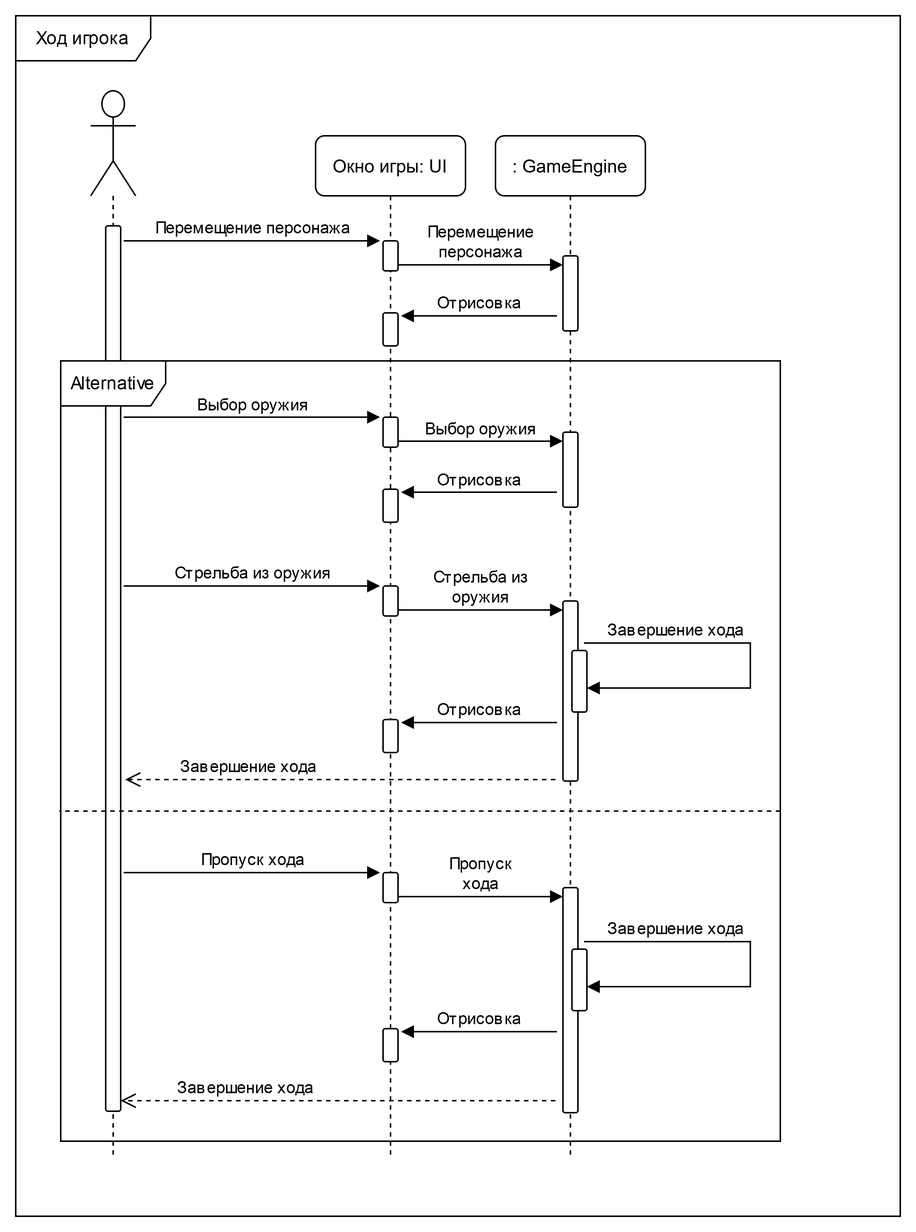
Before: documentation/UML/SequenceDiagrams/2.png, a diagram exported from draw.io (TodorGrin/Moles). Source tidied: cells renumbered, new cells last; positions are measured from the earlier drawing's top-left corner, leaving out a move shared by most shapes. Its diagram source:
```xml
<mxGraphModel>
  <root>
    <mxCell id="0" />
    <mxCell id="1" parent="0" />
    <mxCell id="2" value="Окно игры: UI" style="shape=umlLifeline;perimeter=lifelinePerimeter;rounded=1;shadow=0;strokeWidth=1;" parent="1" vertex="1">
      <mxGeometry x="200" y="80" width="100" height="680" as="geometry" />
    </mxCell>
    <mxCell id="3" style="html=1;perimeter=orthogonalPerimeter;rounded=1;" parent="2" vertex="1">
      <mxGeometry x="45" y="70" width="10" height="20" as="geometry" />
    </mxCell>
    <mxCell id="4" value="&lt;div&gt;Перемещение&lt;/div&gt;&lt;div&gt;персонажа&lt;br&gt;&lt;/div&gt;" style="html=1;verticalAlign=bottom;endArrow=block;" parent="2" edge="1">
      <mxGeometry relative="1" as="geometry">
        <mxPoint x="55" y="86" as="sourcePoint" />
        <mxPoint x="165" y="86" as="targetPoint" />
      </mxGeometry>
    </mxCell>
    <mxCell id="5" style="html=1;perimeter=orthogonalPerimeter;rounded=1;" parent="2" vertex="1">
      <mxGeometry x="45" y="118" width="10" height="22" as="geometry" />
    </mxCell>
    <mxCell id="6" value=": GameEngine" style="shape=umlLifeline;perimeter=lifelinePerimeter;rounded=1;shadow=0;strokeWidth=1;" parent="1" vertex="1">
      <mxGeometry x="320" y="80" width="100" height="680" as="geometry" />
    </mxCell>
    <mxCell id="7" style="html=1;perimeter=orthogonalPerimeter;rounded=1;" parent="6" vertex="1">
      <mxGeometry x="45" y="80" width="10" height="50" as="geometry" />
    </mxCell>
    <mxCell id="8" style="html=1;perimeter=orthogonalPerimeter;rounded=1;" parent="6" vertex="1">
      <mxGeometry x="45" y="310" width="10" height="120" as="geometry" />
    </mxCell>
    <mxCell id="9" value="Стрельба из оружия" style="html=1;verticalAlign=bottom;endArrow=block;" parent="6" edge="1">
      <mxGeometry relative="1" as="geometry">
        <mxPoint x="-248" y="300" as="sourcePoint" />
        <mxPoint x="-77" y="300" as="targetPoint" />
      </mxGeometry>
    </mxCell>
    <mxCell id="10" style="html=1;perimeter=orthogonalPerimeter;rounded=1;" parent="6" vertex="1">
      <mxGeometry x="-75" y="300" width="10" height="20" as="geometry" />
    </mxCell>
    <mxCell id="11" value="&lt;div&gt;Стрельба из&lt;/div&gt;&lt;div&gt;оружия&lt;/div&gt;" style="html=1;verticalAlign=bottom;endArrow=block;" parent="6" edge="1">
      <mxGeometry relative="1" as="geometry">
        <mxPoint x="-65" y="316" as="sourcePoint" />
        <mxPoint x="45" y="316" as="targetPoint" />
      </mxGeometry>
    </mxCell>
    <mxCell id="12" style="html=1;points=[];perimeter=orthogonalPerimeter;rounded=1;" parent="6" vertex="1">
      <mxGeometry x="51" y="343" width="10" height="41" as="geometry" />
    </mxCell>
    <mxCell id="13" value="Завершение хода" style="html=1;verticalAlign=bottom;endArrow=block;edgeStyle=orthogonalEdgeStyle;rounded=0;entryX=1;entryY=0.61;entryDx=0;entryDy=0;entryPerimeter=0;" parent="6" edge="1" target="12">
      <mxGeometry x="-0.51" relative="1" as="geometry">
        <mxPoint x="59" y="338" as="sourcePoint" />
        <Array as="points">
          <mxPoint x="170" y="338" />
          <mxPoint x="170" y="368" />
        </Array>
      </mxGeometry>
    </mxCell>
    <mxCell id="14" style="shape=umlLifeline;participant=umlActor;perimeter=lifelinePerimeter;whiteSpace=wrap;html=1;verticalAlign=top;spacingTop=36;rounded=1;size=70;" parent="1" vertex="1">
      <mxGeometry x="50" y="50" width="30" height="710" as="geometry" />
    </mxCell>
    <mxCell id="15" style="html=1;perimeter=orthogonalPerimeter;rounded=1;" parent="14" vertex="1">
      <mxGeometry x="10" y="90" width="10" height="590" as="geometry" />
    </mxCell>
    <mxCell id="16" value="Ход игрока" style="shape=umlFrame;whiteSpace=wrap;html=1;rounded=1;width=90;height=30;" parent="1" vertex="1">
      <mxGeometry width="590" height="800" as="geometry" />
    </mxCell>
    <mxCell id="17" value="&lt;div&gt;Перемещение персонажа&lt;/div&gt;" style="html=1;verticalAlign=bottom;endArrow=block;" parent="1" edge="1">
      <mxGeometry relative="1" as="geometry">
        <mxPoint x="72" y="150" as="sourcePoint" />
        <mxPoint x="243" y="150" as="targetPoint" />
      </mxGeometry>
    </mxCell>
    <mxCell id="18" value="Отрисовка" style="html=1;verticalAlign=bottom;endArrow=block;" parent="1" edge="1">
      <mxGeometry relative="1" as="geometry">
        <mxPoint x="361" y="200" as="sourcePoint" />
        <mxPoint x="257" y="200" as="targetPoint" />
      </mxGeometry>
    </mxCell>
    <mxCell id="19" style="html=1;perimeter=orthogonalPerimeter;rounded=1;" parent="1" vertex="1">
      <mxGeometry x="365" y="277.5" width="10" height="50" as="geometry" />
    </mxCell>
    <mxCell id="20" value="Выбор оружия" style="html=1;verticalAlign=bottom;endArrow=block;" parent="1" edge="1">
      <mxGeometry relative="1" as="geometry">
        <mxPoint x="72" y="267.5" as="sourcePoint" />
        <mxPoint x="243" y="267.5" as="targetPoint" />
      </mxGeometry>
    </mxCell>
    <mxCell id="21" style="html=1;perimeter=orthogonalPerimeter;rounded=1;" parent="1" vertex="1">
      <mxGeometry x="245" y="267.5" width="10" height="20" as="geometry" />
    </mxCell>
    <mxCell id="22" value="Выбор оружия" style="html=1;verticalAlign=bottom;endArrow=block;" parent="1" edge="1">
      <mxGeometry relative="1" as="geometry">
        <mxPoint x="255" y="283.5" as="sourcePoint" />
        <mxPoint x="365" y="283.5" as="targetPoint" />
      </mxGeometry>
    </mxCell>
    <mxCell id="23" style="html=1;perimeter=orthogonalPerimeter;rounded=1;" parent="1" vertex="1">
      <mxGeometry x="245" y="315.5" width="10" height="22" as="geometry" />
    </mxCell>
    <mxCell id="24" value="Отрисовка" style="html=1;verticalAlign=bottom;endArrow=block;" parent="1" edge="1">
      <mxGeometry relative="1" as="geometry">
        <mxPoint x="361" y="317.5" as="sourcePoint" />
        <mxPoint x="257" y="317.5" as="targetPoint" />
      </mxGeometry>
    </mxCell>
    <mxCell id="25" style="html=1;perimeter=orthogonalPerimeter;rounded=1;" parent="1" vertex="1">
      <mxGeometry x="245" y="469" width="10" height="22" as="geometry" />
    </mxCell>
    <mxCell id="26" value="Отрисовка" style="html=1;verticalAlign=bottom;endArrow=block;" parent="1" edge="1">
      <mxGeometry relative="1" as="geometry">
        <mxPoint x="361" y="471" as="sourcePoint" />
        <mxPoint x="257" y="471" as="targetPoint" />
      </mxGeometry>
    </mxCell>
    <mxCell id="27" value="Завершение хода" style="html=1;verticalAlign=bottom;endArrow=open;dashed=1;endSize=8;" parent="1" edge="1">
      <mxGeometry x="0.43" relative="1" as="geometry">
        <mxPoint x="360" y="509" as="sourcePoint" />
        <mxPoint x="73" y="509" as="targetPoint" />
      </mxGeometry>
    </mxCell>
    <mxCell id="28" style="html=1;perimeter=orthogonalPerimeter;rounded=1;" parent="1" vertex="1">
      <mxGeometry x="365" y="581" width="10" height="150" as="geometry" />
    </mxCell>
    <mxCell id="29" value="Пропуск хода" style="html=1;verticalAlign=bottom;endArrow=block;" parent="1" edge="1">
      <mxGeometry relative="1" as="geometry">
        <mxPoint x="72" y="571" as="sourcePoint" />
        <mxPoint x="243" y="571" as="targetPoint" />
      </mxGeometry>
    </mxCell>
    <mxCell id="30" style="html=1;perimeter=orthogonalPerimeter;rounded=1;" parent="1" vertex="1">
      <mxGeometry x="245" y="571" width="10" height="20" as="geometry" />
    </mxCell>
    <mxCell id="31" value="&lt;div&gt;Пропуск&lt;/div&gt;&lt;div&gt;хода&lt;br&gt;&lt;/div&gt;" style="html=1;verticalAlign=bottom;endArrow=block;" parent="1" edge="1">
      <mxGeometry relative="1" as="geometry">
        <mxPoint x="255" y="587" as="sourcePoint" />
        <mxPoint x="365" y="587" as="targetPoint" />
      </mxGeometry>
    </mxCell>
    <mxCell id="32" style="html=1;points=[];perimeter=orthogonalPerimeter;rounded=1;" parent="1" vertex="1">
      <mxGeometry x="371" y="622" width="10" height="41" as="geometry" />
    </mxCell>
    <mxCell id="33" value="Завершение хода" style="html=1;verticalAlign=bottom;endArrow=block;edgeStyle=orthogonalEdgeStyle;rounded=0;entryX=1;entryY=0.61;entryDx=0;entryDy=0;entryPerimeter=0;" parent="1" edge="1" target="32">
      <mxGeometry x="-0.51" relative="1" as="geometry">
        <mxPoint x="379" y="617" as="sourcePoint" />
        <Array as="points">
          <mxPoint x="490" y="617" />
          <mxPoint x="490" y="647" />
        </Array>
      </mxGeometry>
    </mxCell>
    <mxCell id="34" style="html=1;perimeter=orthogonalPerimeter;rounded=1;" parent="1" vertex="1">
      <mxGeometry x="245" y="675" width="10" height="22" as="geometry" />
    </mxCell>
    <mxCell id="35" value="Отрисовка" style="html=1;verticalAlign=bottom;endArrow=block;" parent="1" edge="1">
      <mxGeometry relative="1" as="geometry">
        <mxPoint x="361" y="677" as="sourcePoint" />
        <mxPoint x="257" y="677" as="targetPoint" />
      </mxGeometry>
    </mxCell>
    <mxCell id="36" value="Завершение хода" style="html=1;verticalAlign=bottom;endArrow=open;dashed=1;endSize=8;" parent="1" edge="1">
      <mxGeometry x="0.43" relative="1" as="geometry">
        <mxPoint x="360" y="723" as="sourcePoint" />
        <mxPoint x="70" y="723" as="targetPoint" />
      </mxGeometry>
    </mxCell>
    <mxCell id="37" value="Alternative" style="shape=umlFrame;whiteSpace=wrap;html=1;rounded=1;width=70;height=30;" parent="1" vertex="1">
      <mxGeometry x="30" y="230" width="480" height="520" as="geometry" />
    </mxCell>
    <mxCell id="38" style="html=1;verticalAlign=bottom;endArrow=none;dashed=1;endSize=8;endFill=0;" parent="1" edge="1">
      <mxGeometry relative="1" as="geometry">
        <mxPoint x="510" y="530" as="sourcePoint" />
        <mxPoint x="29" y="530" as="targetPoint" />
      </mxGeometry>
    </mxCell>
  </root>
</mxGraphModel>
```
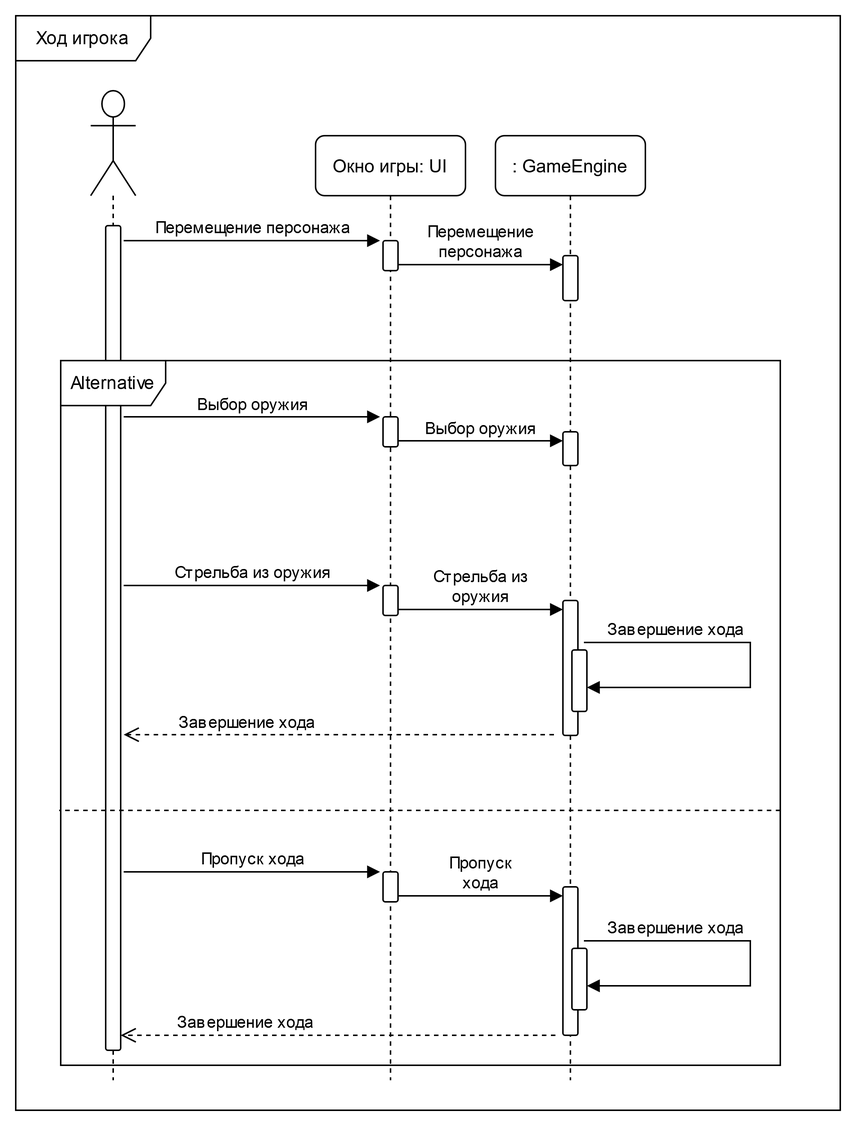
After the commit.

The edit, as a diff of the source:
```diff
@@ -3,7 +3,7 @@
     <mxCell id="0" />
     <mxCell id="1" parent="0" />
     <mxCell id="2" value="Окно игры: UI" style="shape=umlLifeline;perimeter=lifelinePerimeter;rounded=1;shadow=0;strokeWidth=1;" parent="1" vertex="1">
-      <mxGeometry x="200" y="80" width="100" height="680" as="geometry" />
+      <mxGeometry x="200" y="80" width="100" height="630" as="geometry" />
     </mxCell>
     <mxCell id="3" style="html=1;perimeter=orthogonalPerimeter;rounded=1;" parent="2" vertex="1">
       <mxGeometry x="45" y="70" width="10" height="20" as="geometry" />
@@ -14,17 +14,14 @@
         <mxPoint x="165" y="86" as="targetPoint" />
       </mxGeometry>
     </mxCell>
-    <mxCell id="5" style="html=1;perimeter=orthogonalPerimeter;rounded=1;" parent="2" vertex="1">
-      <mxGeometry x="45" y="118" width="10" height="22" as="geometry" />
-    </mxCell>
     <mxCell id="6" value=": GameEngine" style="shape=umlLifeline;perimeter=lifelinePerimeter;rounded=1;shadow=0;strokeWidth=1;" parent="1" vertex="1">
-      <mxGeometry x="320" y="80" width="100" height="680" as="geometry" />
+      <mxGeometry x="320" y="80" width="100" height="630" as="geometry" />
     </mxCell>
     <mxCell id="7" style="html=1;perimeter=orthogonalPerimeter;rounded=1;" parent="6" vertex="1">
-      <mxGeometry x="45" y="80" width="10" height="50" as="geometry" />
+      <mxGeometry x="45" y="80" width="10" height="30" as="geometry" />
     </mxCell>
     <mxCell id="8" style="html=1;perimeter=orthogonalPerimeter;rounded=1;" parent="6" vertex="1">
-      <mxGeometry x="45" y="310" width="10" height="120" as="geometry" />
+      <mxGeometry x="45" y="310" width="10" height="90" as="geometry" />
     </mxCell>
     <mxCell id="9" value="Стрельба из оружия" style="html=1;verticalAlign=bottom;endArrow=block;" parent="6" edge="1">
       <mxGeometry relative="1" as="geometry">
@@ -54,13 +51,13 @@
       </mxGeometry>
     </mxCell>
     <mxCell id="14" style="shape=umlLifeline;participant=umlActor;perimeter=lifelinePerimeter;whiteSpace=wrap;html=1;verticalAlign=top;spacingTop=36;rounded=1;size=70;" parent="1" vertex="1">
-      <mxGeometry x="50" y="50" width="30" height="710" as="geometry" />
+      <mxGeometry x="50" y="50" width="30" height="660" as="geometry" />
     </mxCell>
     <mxCell id="15" style="html=1;perimeter=orthogonalPerimeter;rounded=1;" parent="14" vertex="1">
-      <mxGeometry x="10" y="90" width="10" height="590" as="geometry" />
+      <mxGeometry x="10" y="90" width="10" height="550" as="geometry" />
     </mxCell>
     <mxCell id="16" value="Ход игрока" style="shape=umlFrame;whiteSpace=wrap;html=1;rounded=1;width=90;height=30;" parent="1" vertex="1">
-      <mxGeometry width="590" height="800" as="geometry" />
+      <mxGeometry width="550" height="730" as="geometry" />
     </mxCell>
     <mxCell id="17" value="&lt;div&gt;Перемещение персонажа&lt;/div&gt;" style="html=1;verticalAlign=bottom;endArrow=block;" parent="1" edge="1">
       <mxGeometry relative="1" as="geometry">
@@ -68,14 +65,8 @@
         <mxPoint x="243" y="150" as="targetPoint" />
       </mxGeometry>
     </mxCell>
-    <mxCell id="18" value="Отрисовка" style="html=1;verticalAlign=bottom;endArrow=block;" parent="1" edge="1">
-      <mxGeometry relative="1" as="geometry">
-        <mxPoint x="361" y="200" as="sourcePoint" />
-        <mxPoint x="257" y="200" as="targetPoint" />
-      </mxGeometry>
-    </mxCell>
     <mxCell id="19" style="html=1;perimeter=orthogonalPerimeter;rounded=1;" parent="1" vertex="1">
-      <mxGeometry x="365" y="277.5" width="10" height="50" as="geometry" />
+      <mxGeometry x="365" y="277.5" width="10" height="22.5" as="geometry" />
     </mxCell>
     <mxCell id="20" value="Выбор оружия" style="html=1;verticalAlign=bottom;endArrow=block;" parent="1" edge="1">
       <mxGeometry relative="1" as="geometry">
@@ -92,32 +83,14 @@
         <mxPoint x="365" y="283.5" as="targetPoint" />
       </mxGeometry>
     </mxCell>
-    <mxCell id="23" style="html=1;perimeter=orthogonalPerimeter;rounded=1;" parent="1" vertex="1">
-      <mxGeometry x="245" y="315.5" width="10" height="22" as="geometry" />
-    </mxCell>
-    <mxCell id="24" value="Отрисовка" style="html=1;verticalAlign=bottom;endArrow=block;" parent="1" edge="1">
-      <mxGeometry relative="1" as="geometry">
-        <mxPoint x="361" y="317.5" as="sourcePoint" />
-        <mxPoint x="257" y="317.5" as="targetPoint" />
-      </mxGeometry>
-    </mxCell>
-    <mxCell id="25" style="html=1;perimeter=orthogonalPerimeter;rounded=1;" parent="1" vertex="1">
-      <mxGeometry x="245" y="469" width="10" height="22" as="geometry" />
-    </mxCell>
-    <mxCell id="26" value="Отрисовка" style="html=1;verticalAlign=bottom;endArrow=block;" parent="1" edge="1">
-      <mxGeometry relative="1" as="geometry">
-        <mxPoint x="361" y="471" as="sourcePoint" />
-        <mxPoint x="257" y="471" as="targetPoint" />
-      </mxGeometry>
-    </mxCell>
     <mxCell id="27" value="Завершение хода" style="html=1;verticalAlign=bottom;endArrow=open;dashed=1;endSize=8;" parent="1" edge="1">
       <mxGeometry x="0.43" relative="1" as="geometry">
-        <mxPoint x="360" y="509" as="sourcePoint" />
-        <mxPoint x="73" y="509" as="targetPoint" />
+        <mxPoint x="359" y="479.5" as="sourcePoint" />
+        <mxPoint x="72" y="479.5" as="targetPoint" />
       </mxGeometry>
     </mxCell>
     <mxCell id="28" style="html=1;perimeter=orthogonalPerimeter;rounded=1;" parent="1" vertex="1">
-      <mxGeometry x="365" y="581" width="10" height="150" as="geometry" />
+      <mxGeometry x="365" y="581" width="10" height="99" as="geometry" />
     </mxCell>
     <mxCell id="29" value="Пропуск хода" style="html=1;verticalAlign=bottom;endArrow=block;" parent="1" edge="1">
       <mxGeometry relative="1" as="geometry">
@@ -146,23 +119,14 @@
         </Array>
       </mxGeometry>
     </mxCell>
-    <mxCell id="34" style="html=1;perimeter=orthogonalPerimeter;rounded=1;" parent="1" vertex="1">
-      <mxGeometry x="245" y="675" width="10" height="22" as="geometry" />
-    </mxCell>
-    <mxCell id="35" value="Отрисовка" style="html=1;verticalAlign=bottom;endArrow=block;" parent="1" edge="1">
-      <mxGeometry relative="1" as="geometry">
-        <mxPoint x="361" y="677" as="sourcePoint" />
-        <mxPoint x="257" y="677" as="targetPoint" />
-      </mxGeometry>
-    </mxCell>
     <mxCell id="36" value="Завершение хода" style="html=1;verticalAlign=bottom;endArrow=open;dashed=1;endSize=8;" parent="1" edge="1">
       <mxGeometry x="0.43" relative="1" as="geometry">
-        <mxPoint x="360" y="723" as="sourcePoint" />
-        <mxPoint x="70" y="723" as="targetPoint" />
+        <mxPoint x="360" y="680" as="sourcePoint" />
+        <mxPoint x="70" y="680" as="targetPoint" />
       </mxGeometry>
     </mxCell>
     <mxCell id="37" value="Alternative" style="shape=umlFrame;whiteSpace=wrap;html=1;rounded=1;width=70;height=30;" parent="1" vertex="1">
-      <mxGeometry x="30" y="230" width="480" height="520" as="geometry" />
+      <mxGeometry x="30" y="230" width="480" height="470" as="geometry" />
     </mxCell>
     <mxCell id="38" style="html=1;verticalAlign=bottom;endArrow=none;dashed=1;endSize=8;endFill=0;" parent="1" edge="1">
       <mxGeometry relative="1" as="geometry">
```
